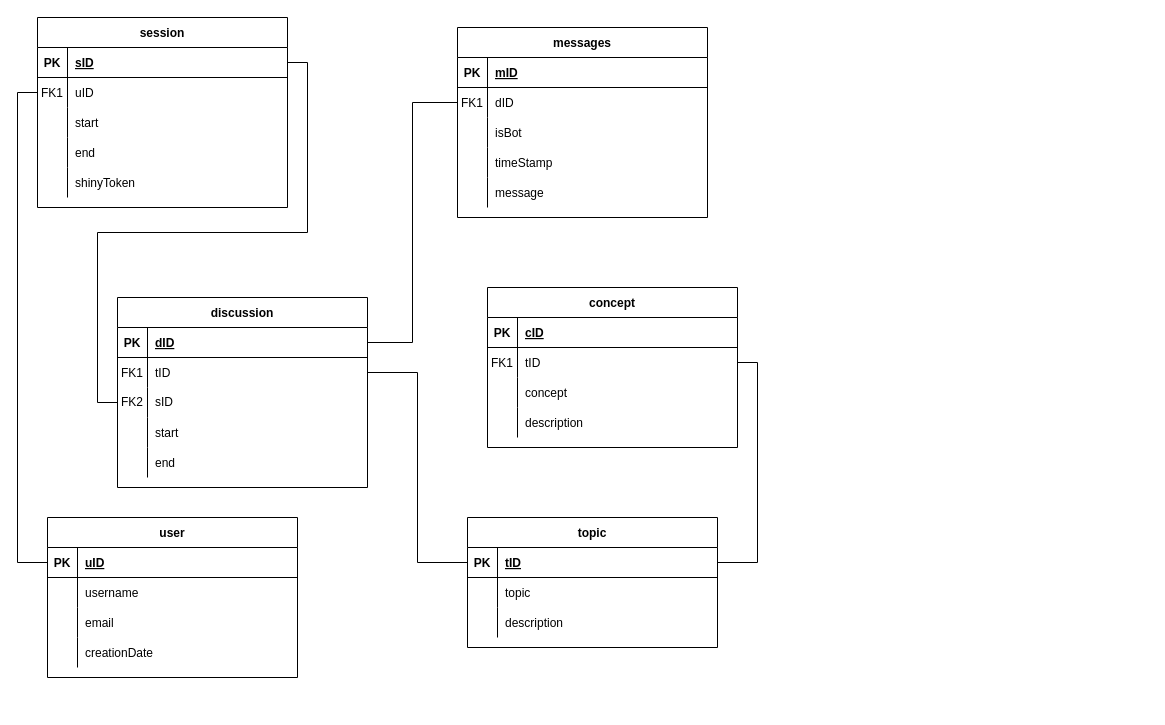
Above: appData/schema.drawio in pieterjanvc/HOLLOW-TREE (draw.io), before the change. Source tidied: cells renumbered, new cells numbered last; positions are measured from the earlier drawing's top-left corner, leaving out a move shared by most shapes. Both pictures are drawn from the tidied source at 100%, with x=0, y=0 at pixel (37, 17).
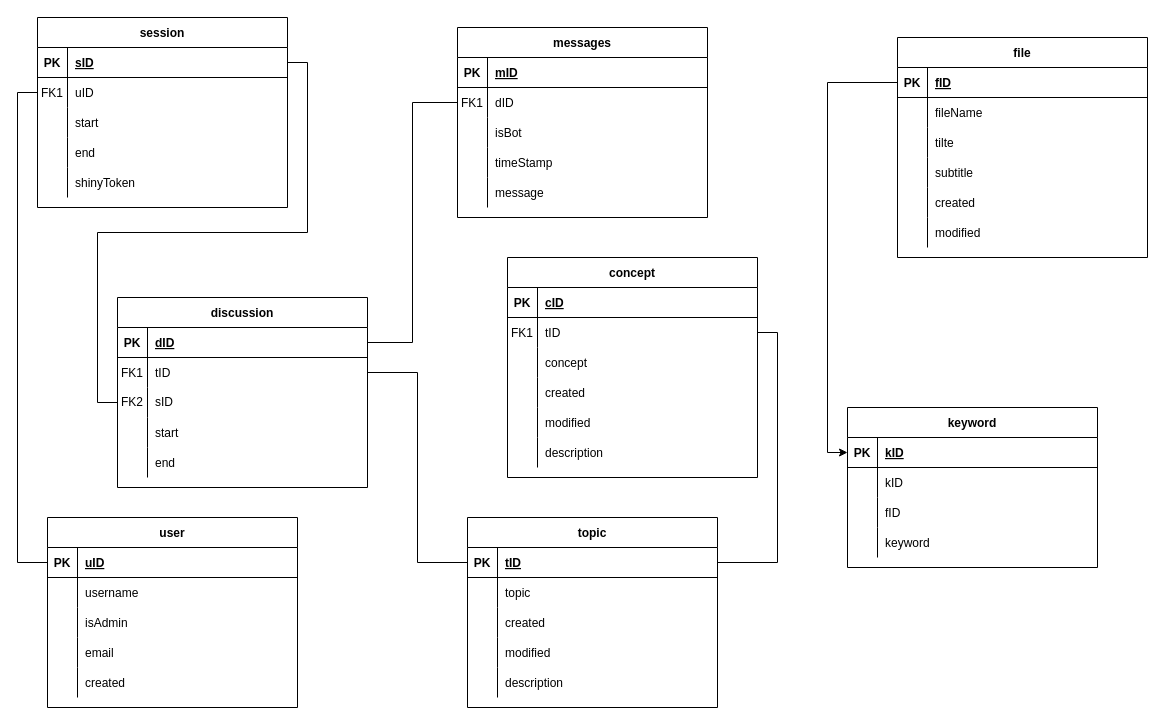
The same page after the edit.

Change to the diagram source:
```diff
@@
     <mxCell id="2" value="topic" style="shape=table;startSize=30;childLayout=tableLayout;rowLines=0;fontStyle=1;align=center;" parent="1" vertex="1">
-      <mxGeometry x="430" y="500" width="250" height="130" as="geometry" />
+      <mxGeometry x="430" y="500" width="250" height="190" as="geometry" />
     </mxCell>
@@
+    <mxCell id="91" style="shape=tableRow;horizontal=0;startSize=0;swimlaneHead=0;swimlaneBody=0;fillColor=none;top=0;left=0;right=0;bottom=0;" parent="2" vertex="1">
+      <mxGeometry y="90" width="250" height="30" as="geometry" />
+    </mxCell>
+    <mxCell id="92" style="shape=partialRectangle;fillColor=none;top=0;left=0;bottom=0;right=0;overflow=hidden;" parent="91" vertex="1">
+      <mxGeometry width="30" height="30" as="geometry" />
+    </mxCell>
+    <mxCell id="93" value="created" style="shape=partialRectangle;fillColor=none;top=0;left=0;bottom=0;right=0;align=left;spacingLeft=6;overflow=hidden;" parent="91" vertex="1">
+      <mxGeometry x="30" width="220" height="30" as="geometry" />
+    </mxCell>
+    <mxCell id="94" style="shape=tableRow;horizontal=0;startSize=0;swimlaneHead=0;swimlaneBody=0;fillColor=none;top=0;left=0;right=0;bottom=0;" parent="2" vertex="1">
+      <mxGeometry y="120" width="250" height="30" as="geometry" />
+    </mxCell>
+    <mxCell id="95" style="shape=partialRectangle;fillColor=none;top=0;left=0;bottom=0;right=0;overflow=hidden;" parent="94" vertex="1">
+      <mxGeometry width="30" height="30" as="geometry" />
+    </mxCell>
+    <mxCell id="96" value="modified" style="shape=partialRectangle;fillColor=none;top=0;left=0;bottom=0;right=0;align=left;spacingLeft=6;overflow=hidden;" parent="94" vertex="1">
+      <mxGeometry x="30" width="220" height="30" as="geometry" />
+    </mxCell>
     <mxCell id="9" style="shape=partialRectangle;fillColor=none;top=0;left=0;right=0;bottom=0;" parent="2" vertex="1">
-      <mxGeometry y="90" width="250" height="30" as="geometry" />
+      <mxGeometry y="150" width="250" height="30" as="geometry" />
     </mxCell>
@@
     <mxCell id="28" value="user" style="shape=table;startSize=30;childLayout=tableLayout;rowLines=0;fontStyle=1;align=center;" parent="1" vertex="1">
-      <mxGeometry x="10" y="500" width="250" height="160" as="geometry" />
+      <mxGeometry x="10" y="500" width="250" height="190" as="geometry" />
     </mxCell>
@@
+    <mxCell id="97" style="shape=tableRow;horizontal=0;startSize=0;swimlaneHead=0;swimlaneBody=0;fillColor=none;top=0;left=0;right=0;bottom=0;" parent="28" vertex="1">
+      <mxGeometry y="90" width="250" height="30" as="geometry" />
+    </mxCell>
+    <mxCell id="98" style="shape=partialRectangle;fillColor=none;top=0;left=0;bottom=0;right=0;overflow=hidden;" parent="97" vertex="1">
+      <mxGeometry width="30" height="30" as="geometry" />
+    </mxCell>
+    <mxCell id="99" value="isAdmin" style="shape=partialRectangle;fillColor=none;top=0;left=0;bottom=0;right=0;align=left;spacingLeft=6;overflow=hidden;" parent="97" vertex="1">
+      <mxGeometry x="30" width="220" height="30" as="geometry" />
+    </mxCell>
     <mxCell id="35" style="shape=tableRow;horizontal=0;startSize=0;swimlaneHead=0;swimlaneBody=0;fillColor=none;top=0;left=0;right=0;bottom=0;" parent="28" vertex="1">
-      <mxGeometry y="90" width="250" height="30" as="geometry" />
+      <mxGeometry y="120" width="250" height="30" as="geometry" />
     </mxCell>
@@
     <mxCell id="38" style="shape=tableRow;horizontal=0;startSize=0;swimlaneHead=0;swimlaneBody=0;fillColor=none;top=0;left=0;right=0;bottom=0;" parent="28" vertex="1">
-      <mxGeometry y="120" width="250" height="30" as="geometry" />
+      <mxGeometry y="150" width="250" height="30" as="geometry" />
     </mxCell>
@@
-    <mxCell id="40" value="creationDate" style="shape=partialRectangle;fillColor=none;top=0;left=0;bottom=0;right=0;align=left;spacingLeft=6;overflow=hidden;" parent="38" vertex="1">
+    <mxCell id="40" value="created" style="shape=partialRectangle;fillColor=none;top=0;left=0;bottom=0;right=0;align=left;spacingLeft=6;overflow=hidden;" parent="38" vertex="1">
       <mxGeometry x="30" width="220" height="30" as="geometry" />
     </mxCell>
@@
     <mxCell id="73" value="concept" style="shape=table;startSize=30;childLayout=tableLayout;rowLines=0;fontStyle=1;align=center;" parent="1" vertex="1">
-      <mxGeometry x="450" y="270" width="250" height="160" as="geometry" />
+      <mxGeometry x="470" y="240" width="250" height="220" as="geometry" />
     </mxCell>
@@
+    <mxCell id="100" style="shape=tableRow;horizontal=0;startSize=0;swimlaneHead=0;swimlaneBody=0;fillColor=none;top=0;left=0;right=0;bottom=0;" parent="73" vertex="1">
+      <mxGeometry y="120" width="250" height="30" as="geometry" />
+    </mxCell>
+    <mxCell id="101" style="shape=partialRectangle;fillColor=none;top=0;left=0;bottom=0;right=0;overflow=hidden;" parent="100" vertex="1">
+      <mxGeometry width="30" height="30" as="geometry" />
+    </mxCell>
+    <mxCell id="102" value="created" style="shape=partialRectangle;fillColor=none;top=0;left=0;bottom=0;right=0;align=left;spacingLeft=6;overflow=hidden;" parent="100" vertex="1">
+      <mxGeometry x="30" width="220" height="30" as="geometry" />
+    </mxCell>
+    <mxCell id="103" style="shape=tableRow;horizontal=0;startSize=0;swimlaneHead=0;swimlaneBody=0;fillColor=none;top=0;left=0;right=0;bottom=0;" parent="73" vertex="1">
+      <mxGeometry y="150" width="250" height="30" as="geometry" />
+    </mxCell>
+    <mxCell id="104" style="shape=partialRectangle;fillColor=none;top=0;left=0;bottom=0;right=0;overflow=hidden;" parent="103" vertex="1">
+      <mxGeometry width="30" height="30" as="geometry" />
+    </mxCell>
+    <mxCell id="105" value="modified" style="shape=partialRectangle;fillColor=none;top=0;left=0;bottom=0;right=0;align=left;spacingLeft=6;overflow=hidden;" parent="103" vertex="1">
+      <mxGeometry x="30" width="220" height="30" as="geometry" />
+    </mxCell>
     <mxCell id="83" style="shape=tableRow;horizontal=0;startSize=0;swimlaneHead=0;swimlaneBody=0;fillColor=none;top=0;left=0;right=0;bottom=0;" parent="73" vertex="1">
-      <mxGeometry y="120" width="250" height="30" as="geometry" />
+      <mxGeometry y="180" width="250" height="30" as="geometry" />
     </mxCell>
@@
+    <mxCell id="106" value="keyword" style="shape=table;startSize=30;childLayout=tableLayout;rowLines=0;fontStyle=1;align=center;" parent="1" vertex="1">
+      <mxGeometry x="810" y="390" width="250" height="160" as="geometry" />
+    </mxCell>
+    <mxCell id="107" style="shape=partialRectangle;fillColor=none;points=[[0,0.5],[1,0.5]];portConstraint=eastwest;top=0;left=0;right=0;bottom=1;" parent="106" vertex="1">
+      <mxGeometry y="30" width="250" height="30" as="geometry" />
+    </mxCell>
+    <mxCell id="108" value="PK" style="shape=partialRectangle;overflow=hidden;fillColor=none;top=0;left=0;bottom=0;right=0;fontStyle=1;" parent="107" vertex="1">
+      <mxGeometry width="30" height="30" as="geometry" />
+    </mxCell>
+    <mxCell id="109" value="kID" style="shape=partialRectangle;overflow=hidden;fillColor=none;top=0;left=0;bottom=0;right=0;align=left;spacingLeft=6;fontStyle=5;" parent="107" vertex="1">
+      <mxGeometry x="30" width="220" height="30" as="geometry" />
+    </mxCell>
+    <mxCell id="110" style="shape=partialRectangle;fillColor=none;top=0;left=0;right=0;bottom=0;" parent="106" vertex="1">
+      <mxGeometry y="60" width="250" height="30" as="geometry" />
+    </mxCell>
+    <mxCell id="111" value="&#10;" style="shape=partialRectangle;overflow=hidden;fillColor=none;top=0;left=0;bottom=0;right=0;" parent="110" vertex="1">
+      <mxGeometry width="30" height="30" as="geometry" />
+    </mxCell>
+    <mxCell id="112" value="kID" style="shape=partialRectangle;overflow=hidden;fillColor=none;top=0;left=0;bottom=0;right=0;align=left;spacingLeft=6;" parent="110" vertex="1">
+      <mxGeometry x="30" width="220" height="30" as="geometry" />
+    </mxCell>
+    <mxCell id="113" style="shape=tableRow;horizontal=0;startSize=0;swimlaneHead=0;swimlaneBody=0;fillColor=none;top=0;left=0;right=0;bottom=0;" parent="106" vertex="1">
+      <mxGeometry y="90" width="250" height="30" as="geometry" />
+    </mxCell>
+    <mxCell id="114" style="shape=partialRectangle;fillColor=none;top=0;left=0;bottom=0;right=0;overflow=hidden;" parent="113" vertex="1">
+      <mxGeometry width="30" height="30" as="geometry" />
+    </mxCell>
+    <mxCell id="115" value="fID" style="shape=partialRectangle;fillColor=none;top=0;left=0;bottom=0;right=0;align=left;spacingLeft=6;overflow=hidden;" parent="113" vertex="1">
+      <mxGeometry x="30" width="220" height="30" as="geometry" />
+    </mxCell>
+    <mxCell id="116" style="shape=tableRow;horizontal=0;startSize=0;swimlaneHead=0;swimlaneBody=0;fillColor=none;top=0;left=0;right=0;bottom=0;" parent="106" vertex="1">
+      <mxGeometry y="120" width="250" height="30" as="geometry" />
+    </mxCell>
+    <mxCell id="117" style="shape=partialRectangle;fillColor=none;top=0;left=0;bottom=0;right=0;overflow=hidden;" parent="116" vertex="1">
+      <mxGeometry width="30" height="30" as="geometry" />
+    </mxCell>
+    <mxCell id="118" value="keyword" style="shape=partialRectangle;fillColor=none;top=0;left=0;bottom=0;right=0;align=left;spacingLeft=6;overflow=hidden;" parent="116" vertex="1">
+      <mxGeometry x="30" width="220" height="30" as="geometry" />
+    </mxCell>
+    <mxCell id="119" style="edgeStyle=orthogonalEdgeStyle;rounded=0;jettySize=auto;html=1;entryX=0;entryY=0.5;entryDx=0;entryDy=0;" parent="1" edge="1" source="121" target="107">
+      <mxGeometry relative="1" as="geometry" />
+    </mxCell>
+    <mxCell id="120" value="file" style="shape=table;startSize=30;childLayout=tableLayout;rowLines=0;fontStyle=1;align=center;" parent="1" vertex="1">
+      <mxGeometry x="860" y="20" width="250" height="220" as="geometry" />
+    </mxCell>
+    <mxCell id="121" style="shape=partialRectangle;fillColor=none;points=[[0,0.5],[1,0.5]];portConstraint=eastwest;top=0;left=0;right=0;bottom=1;" parent="120" vertex="1">
+      <mxGeometry y="30" width="250" height="30" as="geometry" />
+    </mxCell>
+    <mxCell id="122" value="PK" style="shape=partialRectangle;overflow=hidden;fillColor=none;top=0;left=0;bottom=0;right=0;fontStyle=1;" parent="121" vertex="1">
+      <mxGeometry width="30" height="30" as="geometry" />
+    </mxCell>
+    <mxCell id="123" value="fID" style="shape=partialRectangle;overflow=hidden;fillColor=none;top=0;left=0;bottom=0;right=0;align=left;spacingLeft=6;fontStyle=5;" parent="121" vertex="1">
+      <mxGeometry x="30" width="220" height="30" as="geometry" />
+    </mxCell>
+    <mxCell id="124" style="shape=partialRectangle;fillColor=none;top=0;left=0;right=0;bottom=0;" parent="120" vertex="1">
+      <mxGeometry y="60" width="250" height="30" as="geometry" />
+    </mxCell>
+    <mxCell id="125" value="&#10;" style="shape=partialRectangle;overflow=hidden;fillColor=none;top=0;left=0;bottom=0;right=0;" parent="124" vertex="1">
+      <mxGeometry width="30" height="30" as="geometry" />
+    </mxCell>
+    <mxCell id="126" value="fileName" style="shape=partialRectangle;overflow=hidden;fillColor=none;top=0;left=0;bottom=0;right=0;align=left;spacingLeft=6;" parent="124" vertex="1">
+      <mxGeometry x="30" width="220" height="30" as="geometry" />
+    </mxCell>
+    <mxCell id="127" style="shape=tableRow;horizontal=0;startSize=0;swimlaneHead=0;swimlaneBody=0;fillColor=none;top=0;left=0;right=0;bottom=0;" parent="120" vertex="1">
+      <mxGeometry y="90" width="250" height="30" as="geometry" />
+    </mxCell>
+    <mxCell id="128" style="shape=partialRectangle;fillColor=none;top=0;left=0;bottom=0;right=0;overflow=hidden;" parent="127" vertex="1">
+      <mxGeometry width="30" height="30" as="geometry" />
+    </mxCell>
+    <mxCell id="129" value="tilte" style="shape=partialRectangle;fillColor=none;top=0;left=0;bottom=0;right=0;align=left;spacingLeft=6;overflow=hidden;" parent="127" vertex="1">
+      <mxGeometry x="30" width="220" height="30" as="geometry" />
+    </mxCell>
+    <mxCell id="130" style="shape=tableRow;horizontal=0;startSize=0;swimlaneHead=0;swimlaneBody=0;fillColor=none;top=0;left=0;right=0;bottom=0;" parent="120" vertex="1">
+      <mxGeometry y="120" width="250" height="30" as="geometry" />
+    </mxCell>
+    <mxCell id="131" style="shape=partialRectangle;fillColor=none;top=0;left=0;bottom=0;right=0;overflow=hidden;" parent="130" vertex="1">
+      <mxGeometry width="30" height="30" as="geometry" />
+    </mxCell>
+    <mxCell id="132" value="subtitle" style="shape=partialRectangle;fillColor=none;top=0;left=0;bottom=0;right=0;align=left;spacingLeft=6;overflow=hidden;" parent="130" vertex="1">
+      <mxGeometry x="30" width="220" height="30" as="geometry" />
+    </mxCell>
+    <mxCell id="133" style="shape=tableRow;horizontal=0;startSize=0;swimlaneHead=0;swimlaneBody=0;fillColor=none;top=0;left=0;right=0;bottom=0;" parent="120" vertex="1">
+      <mxGeometry y="150" width="250" height="30" as="geometry" />
+    </mxCell>
+    <mxCell id="134" style="shape=partialRectangle;fillColor=none;top=0;left=0;bottom=0;right=0;overflow=hidden;" parent="133" vertex="1">
+      <mxGeometry width="30" height="30" as="geometry" />
+    </mxCell>
+    <mxCell id="135" value="created" style="shape=partialRectangle;fillColor=none;top=0;left=0;bottom=0;right=0;align=left;spacingLeft=6;overflow=hidden;" parent="133" vertex="1">
+      <mxGeometry x="30" width="220" height="30" as="geometry" />
+    </mxCell>
+    <mxCell id="136" style="shape=tableRow;horizontal=0;startSize=0;swimlaneHead=0;swimlaneBody=0;fillColor=none;top=0;left=0;right=0;bottom=0;" parent="120" vertex="1">
+      <mxGeometry y="180" width="250" height="30" as="geometry" />
+    </mxCell>
+    <mxCell id="137" style="shape=partialRectangle;fillColor=none;top=0;left=0;bottom=0;right=0;overflow=hidden;" parent="136" vertex="1">
+      <mxGeometry width="30" height="30" as="geometry" />
+    </mxCell>
+    <mxCell id="138" value="modified" style="shape=partialRectangle;fillColor=none;top=0;left=0;bottom=0;right=0;align=left;spacingLeft=6;overflow=hidden;" parent="136" vertex="1">
+      <mxGeometry x="30" width="220" height="30" as="geometry" />
+    </mxCell>
```
